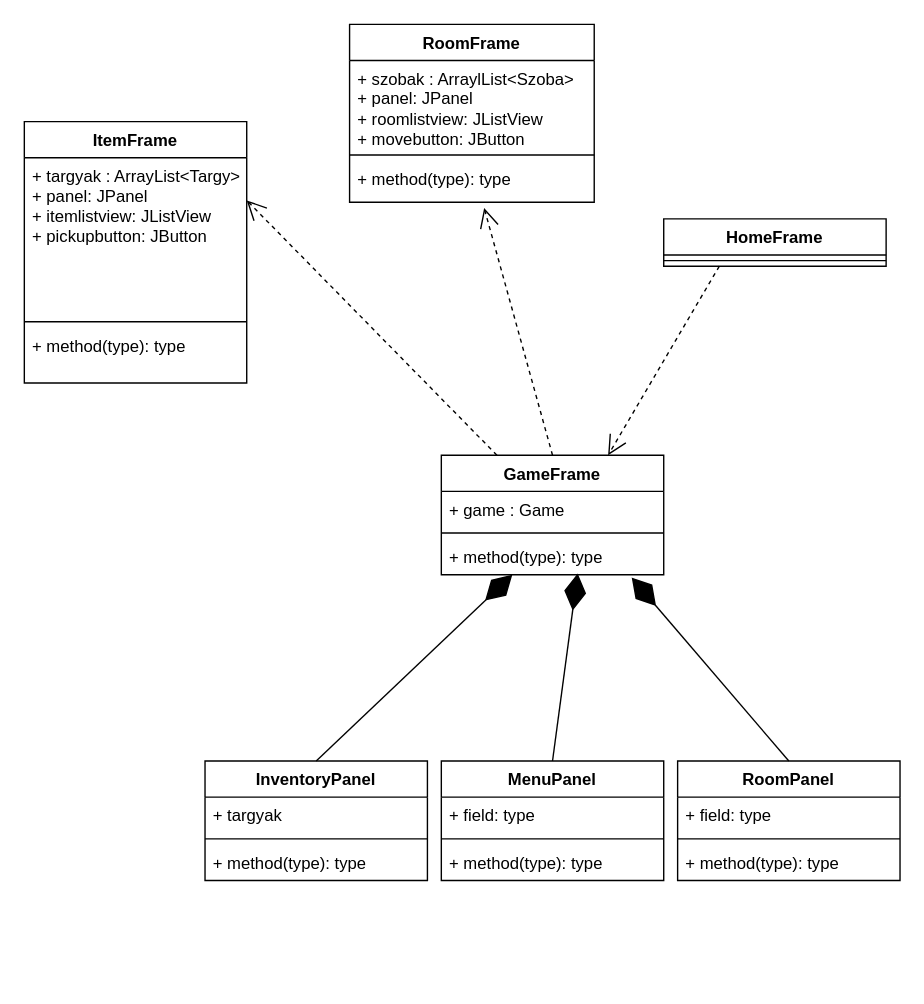
TarsolyLevente/projlab_pupakok keeps this draw.io diagram as Docs/Grafikus_UML.drawio. Above is the earlier version. Source tidied: cells renumbered, new cells numbered last; positions are measured from the earlier drawing's top-left corner, leaving out a move shared by most shapes. Both pictures are drawn from the tidied source at 139%, with x=0, y=0 at pixel (24, 24).
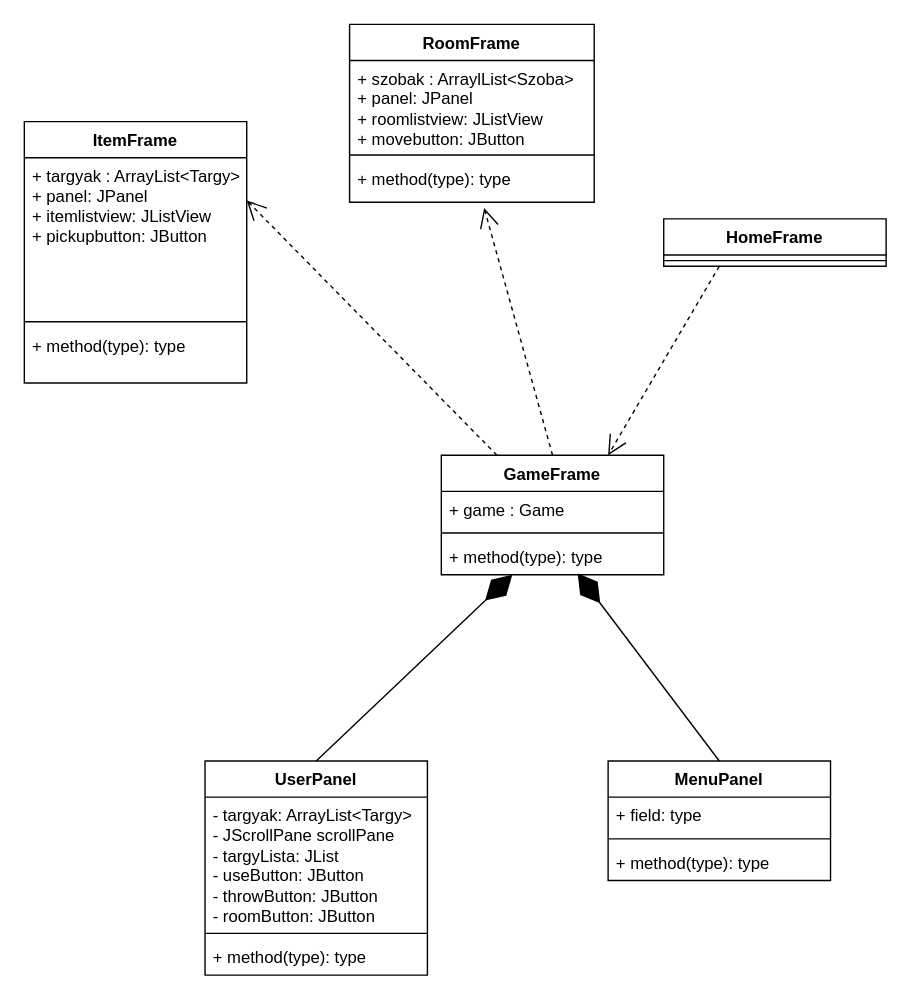
The same page after the edit.

Commit message:
userpanel added to uml

The change refers to these unchanged cells:
```xml
<mxCell id="7" value="+ method(type): type" style="text;strokeColor=none;fillColor=none;align=left;verticalAlign=top;spacingLeft=4;spacingRight=4;overflow=hidden;points=[[0,0.5],[1,0.5]];portConstraint=eastwest;whiteSpace=wrap;html=1;" parent="4" vertex="1">
  <mxGeometry y="60" width="160" height="26" as="geometry" />
</mxCell>
```

Diff of the diagram source:
```diff
@@
-    <mxCell id="16" value="RoomPanel" style="swimlane;fontStyle=1;align=center;verticalAlign=top;horizontal=1;startSize=26;whiteSpace=wrap;html=1;" parent="1" vertex="1">
-      <mxGeometry x="470" y="530" width="160" height="86" as="geometry" />
-    </mxCell>
-    <mxCell id="17" value="+ field: type" style="text;strokeColor=none;fillColor=none;align=left;verticalAlign=top;spacingLeft=4;spacingRight=4;overflow=hidden;whiteSpace=wrap;html=1;" parent="16" vertex="1">
-      <mxGeometry y="26" width="160" height="26" as="geometry" />
-    </mxCell>
-    <mxCell id="18" style="line;strokeWidth=1;fillColor=none;align=left;verticalAlign=middle;spacingTop=-1;spacingLeft=3;spacingRight=3;labelPosition=right;strokeColor=inherit;" parent="16" vertex="1">
-      <mxGeometry y="52" width="160" height="8" as="geometry" />
-    </mxCell>
-    <mxCell id="19" value="+ method(type): type" style="text;strokeColor=none;fillColor=none;align=left;verticalAlign=top;spacingLeft=4;spacingRight=4;overflow=hidden;whiteSpace=wrap;html=1;" parent="16" vertex="1">
-      <mxGeometry y="60" width="160" height="26" as="geometry" />
-    </mxCell>
     <mxCell id="20" value="MenuPanel" style="swimlane;fontStyle=1;align=center;verticalAlign=top;horizontal=1;startSize=26;whiteSpace=wrap;html=1;" parent="1" vertex="1">
-      <mxGeometry x="300" y="530" width="160" height="86" as="geometry" />
+      <mxGeometry x="420" y="530" width="160" height="86" as="geometry" />
     </mxCell>
@@
-    <mxCell id="24" value="InventoryPanel" style="swimlane;fontStyle=1;align=center;verticalAlign=top;horizontal=1;startSize=26;whiteSpace=wrap;html=1;" parent="1" vertex="1">
-      <mxGeometry x="130" y="530" width="160" height="86" as="geometry" />
+    <mxCell id="24" value="UserPanel" style="swimlane;fontStyle=1;align=center;verticalAlign=top;horizontal=1;startSize=26;whiteSpace=wrap;html=1;" parent="1" vertex="1">
+      <mxGeometry x="130" y="530" width="160" height="154" as="geometry" />
     </mxCell>
-    <mxCell id="25" value="+ targyak" style="text;strokeColor=none;fillColor=none;align=left;verticalAlign=top;spacingLeft=4;spacingRight=4;overflow=hidden;whiteSpace=wrap;html=1;" parent="24" vertex="1">
-      <mxGeometry y="26" width="160" height="26" as="geometry" />
+    <mxCell id="25" value="- targyak: ArrayList&amp;lt;Targy&amp;gt;&lt;div&gt;- JScrollPane scrollPane&lt;div&gt;- targyLista: JList&lt;/div&gt;&lt;div&gt;- useButton: JButton&lt;/div&gt;&lt;div&gt;- throwButton: JButton&lt;/div&gt;&lt;div&gt;- roomButton: JButton&lt;/div&gt;&lt;/div&gt;" style="text;strokeColor=none;fillColor=none;align=left;verticalAlign=top;spacingLeft=4;spacingRight=4;overflow=hidden;whiteSpace=wrap;html=1;" parent="24" vertex="1">
+      <mxGeometry y="26" width="160" height="94" as="geometry" />
     </mxCell>
     <mxCell id="26" style="line;strokeWidth=1;fillColor=none;align=left;verticalAlign=middle;spacingTop=-1;spacingLeft=3;spacingRight=3;labelPosition=right;strokeColor=inherit;" parent="24" vertex="1">
-      <mxGeometry y="52" width="160" height="8" as="geometry" />
+      <mxGeometry y="120" width="160" height="8" as="geometry" />
     </mxCell>
     <mxCell id="27" value="+ method(type): type" style="text;strokeColor=none;fillColor=none;align=left;verticalAlign=top;spacingLeft=4;spacingRight=4;overflow=hidden;whiteSpace=wrap;html=1;" parent="24" vertex="1">
-      <mxGeometry y="60" width="160" height="26" as="geometry" />
+      <mxGeometry y="128" width="160" height="26" as="geometry" />
     </mxCell>
-    <mxCell id="28" style="endArrow=diamondThin;endFill=1;endSize=24;html=1;rounded=0;exitX=0.5;exitY=0;exitDx=0;exitDy=0;entryX=0.856;entryY=1.077;entryDx=0;entryDy=0;entryPerimeter=0;" parent="1" edge="1" source="16" target="7">
-      <mxGeometry relative="1" as="geometry" />
-    </mxCell>
```
